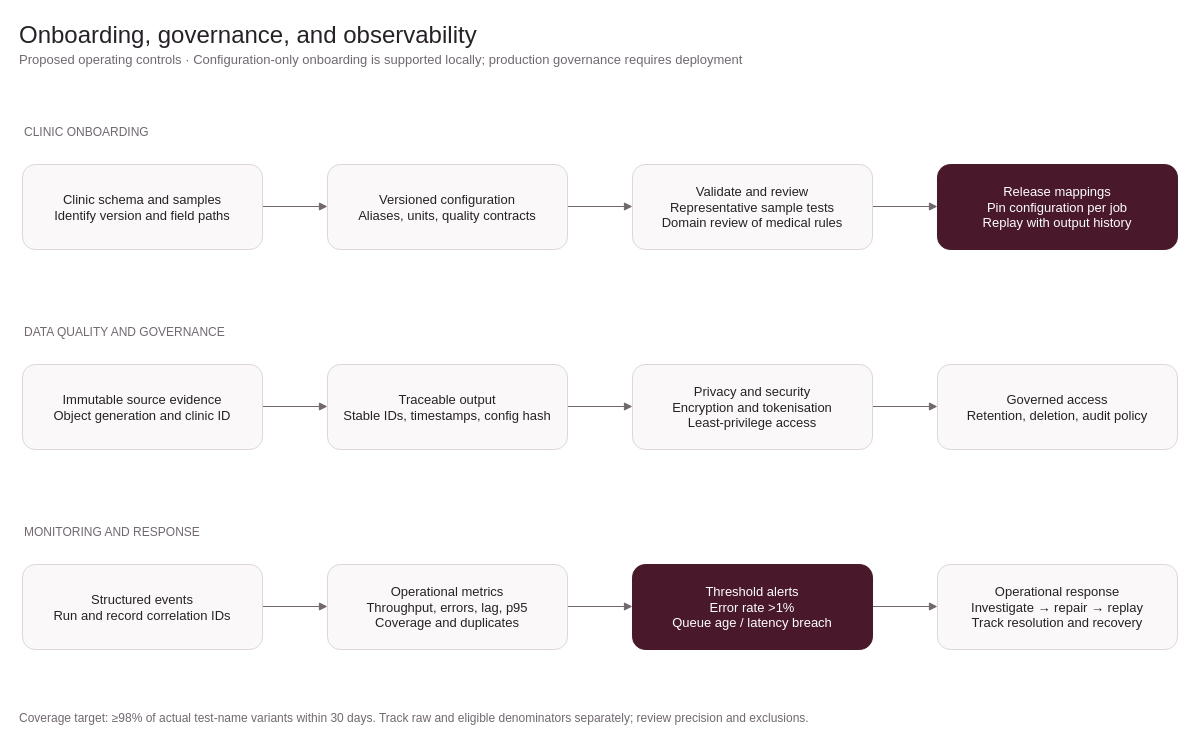
This is page "Onboarding, governance, and observability" (3 of 3) of docs/diagrams/veritas-architecture.drawio from not-nag/veritas-data-engg, a draw.io file, before an edit. Source tidied: cells renumbered, new cells numbered last; positions are measured from the earlier drawing's top-left corner, leaving out a move shared by most shapes. Both pictures are drawn from the tidied source at 100%, with x=0, y=0 at pixel (17, 17).
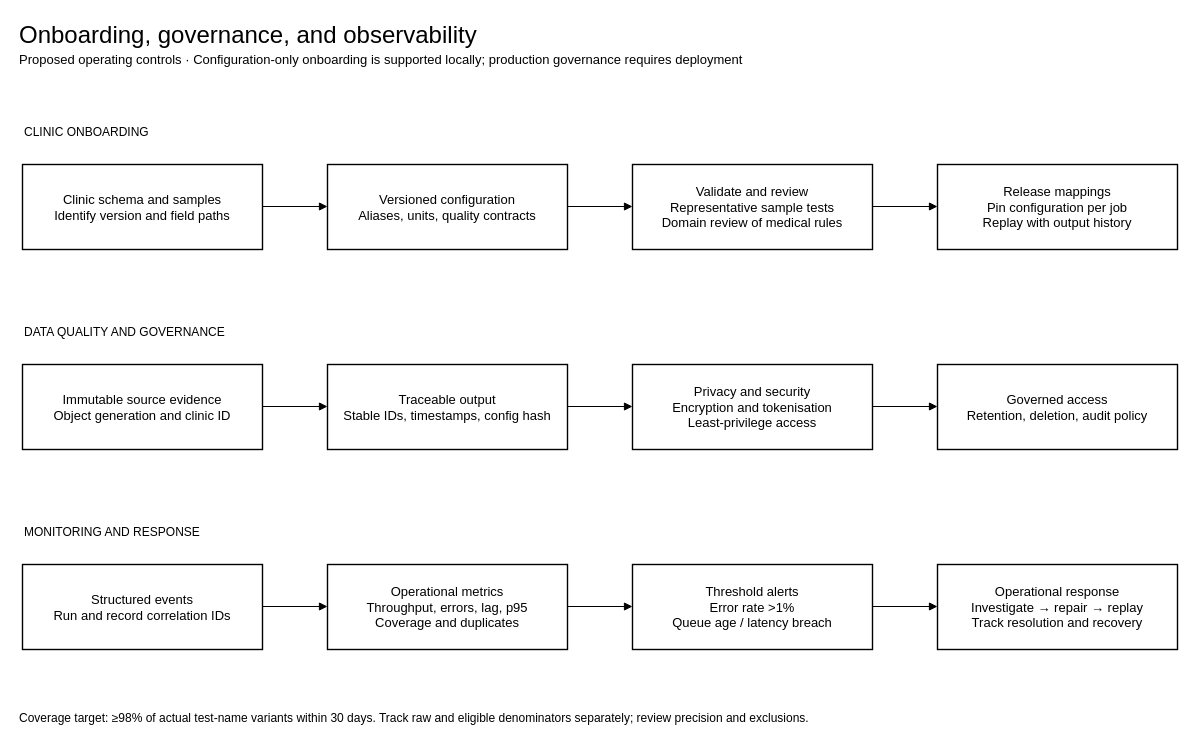
After the change.

What changed in the source:
```diff
@@
-<mxGraphModel>
+<mxGraphModel background="#ffffff">
@@
-    <mxCell id="2" value="Onboarding, governance, and observability" style="text;html=0;align=left;verticalAlign=middle;fontFamily=Helvetica;fontSize=24;fontColor=#262126;" parent="1" vertex="1">
+    <mxCell id="2" value="Onboarding, governance, and observability" style="text;html=0;align=left;verticalAlign=middle;fontFamily=Helvetica;fontSize=24;fontColor=#000000;" parent="1" vertex="1">
       <mxGeometry width="1170" height="30" as="geometry" />
     </mxCell>
-    <mxCell id="3" value="Proposed operating controls · Configuration-only onboarding is supported locally; production governance requires deployment" style="text;html=0;align=left;verticalAlign=middle;fontFamily=Helvetica;fontSize=13;fontColor=#716870;" parent="1" vertex="1">
+    <mxCell id="3" value="Proposed operating controls · Configuration-only onboarding is supported locally; production governance requires deployment" style="text;html=0;align=left;verticalAlign=middle;fontFamily=Helvetica;fontSize=13;fontColor=#000000;" parent="1" vertex="1">
       <mxGeometry y="27" width="1170" height="28" as="geometry" />
     </mxCell>
-    <mxCell id="4" value="CLINIC ONBOARDING" style="text;html=0;align=left;verticalAlign=middle;fontFamily=Helvetica;fontSize=12;fontColor=#716870;" parent="1" vertex="1">
+    <mxCell id="4" value="CLINIC ONBOARDING" style="text;html=0;align=left;verticalAlign=middle;fontFamily=Helvetica;fontSize=12;fontColor=#000000;" parent="1" vertex="1">
       <mxGeometry x="5" y="100" width="700" height="28" as="geometry" />
     </mxCell>
-    <mxCell id="5" value="DATA QUALITY AND GOVERNANCE" style="text;html=0;align=left;verticalAlign=middle;fontFamily=Helvetica;fontSize=12;fontColor=#716870;" parent="1" vertex="1">
+    <mxCell id="5" value="DATA QUALITY AND GOVERNANCE" style="text;html=0;align=left;verticalAlign=middle;fontFamily=Helvetica;fontSize=12;fontColor=#000000;" parent="1" vertex="1">
       <mxGeometry x="5" y="300" width="700" height="28" as="geometry" />
     </mxCell>
-    <mxCell id="6" value="MONITORING AND RESPONSE" style="text;html=0;align=left;verticalAlign=middle;fontFamily=Helvetica;fontSize=12;fontColor=#716870;" parent="1" vertex="1">
+    <mxCell id="6" value="MONITORING AND RESPONSE" style="text;html=0;align=left;verticalAlign=middle;fontFamily=Helvetica;fontSize=12;fontColor=#000000;" parent="1" vertex="1">
       <mxGeometry x="5" y="500" width="700" height="28" as="geometry" />
     </mxCell>
-    <mxCell id="7" style="edgeStyle=orthogonalEdgeStyle;rounded=0;endArrow=block;strokeColor=#716870;exitX=1.0;exitY=0.49411764705882355;entryX=0.0;entryY=0.49411764705882355;" parent="1" edge="1" source="16" target="17">
+    <mxCell id="7" style="edgeStyle=orthogonalEdgeStyle;rounded=0;endArrow=block;strokeColor=#000000;exitX=1.0;exitY=0.49411764705882355;entryX=0.0;entryY=0.49411764705882355;" parent="1" edge="1" source="16" target="17">
       <mxGeometry relative="1" as="geometry" />
     </mxCell>
-    <mxCell id="8" style="edgeStyle=orthogonalEdgeStyle;rounded=0;endArrow=block;strokeColor=#716870;exitX=1.0;exitY=0.49411764705882355;entryX=0.0;entryY=0.49411764705882355;" parent="1" edge="1" source="17" target="18">
+    <mxCell id="8" style="edgeStyle=orthogonalEdgeStyle;rounded=0;endArrow=block;strokeColor=#000000;exitX=1.0;exitY=0.49411764705882355;entryX=0.0;entryY=0.49411764705882355;" parent="1" edge="1" source="17" target="18">
       <mxGeometry relative="1" as="geometry" />
     </mxCell>
-    <mxCell id="9" style="edgeStyle=orthogonalEdgeStyle;rounded=0;endArrow=block;strokeColor=#716870;exitX=1.0;exitY=0.49411764705882355;entryX=0.0;entryY=0.49411764705882355;" parent="1" edge="1" source="18" target="19">
+    <mxCell id="9" style="edgeStyle=orthogonalEdgeStyle;rounded=0;endArrow=block;strokeColor=#000000;exitX=1.0;exitY=0.49411764705882355;entryX=0.0;entryY=0.49411764705882355;" parent="1" edge="1" source="18" target="19">
       <mxGeometry relative="1" as="geometry" />
     </mxCell>
-    <mxCell id="10" style="edgeStyle=orthogonalEdgeStyle;rounded=0;endArrow=block;strokeColor=#716870;exitX=1.0;exitY=0.49411764705882355;entryX=0.0;entryY=0.49411764705882355;" parent="1" edge="1" source="20" target="21">
+    <mxCell id="10" style="edgeStyle=orthogonalEdgeStyle;rounded=0;endArrow=block;strokeColor=#000000;exitX=1.0;exitY=0.49411764705882355;entryX=0.0;entryY=0.49411764705882355;" parent="1" edge="1" source="20" target="21">
       <mxGeometry relative="1" as="geometry" />
     </mxCell>
-    <mxCell id="11" style="edgeStyle=orthogonalEdgeStyle;rounded=0;endArrow=block;strokeColor=#716870;exitX=1.0;exitY=0.49411764705882355;entryX=0.0;entryY=0.49411764705882355;" parent="1" edge="1" source="21" target="22">
+    <mxCell id="11" style="edgeStyle=orthogonalEdgeStyle;rounded=0;endArrow=block;strokeColor=#000000;exitX=1.0;exitY=0.49411764705882355;entryX=0.0;entryY=0.49411764705882355;" parent="1" edge="1" source="21" target="22">
       <mxGeometry relative="1" as="geometry" />
     </mxCell>
-    <mxCell id="12" style="edgeStyle=orthogonalEdgeStyle;rounded=0;endArrow=block;strokeColor=#716870;exitX=1.0;exitY=0.49411764705882355;entryX=0.0;entryY=0.49411764705882355;" parent="1" edge="1" source="22" target="23">
+    <mxCell id="12" style="edgeStyle=orthogonalEdgeStyle;rounded=0;endArrow=block;strokeColor=#000000;exitX=1.0;exitY=0.49411764705882355;entryX=0.0;entryY=0.49411764705882355;" parent="1" edge="1" source="22" target="23">
       <mxGeometry relative="1" as="geometry" />
     </mxCell>
-    <mxCell id="13" style="edgeStyle=orthogonalEdgeStyle;rounded=0;endArrow=block;strokeColor=#716870;exitX=1.0;exitY=0.49411764705882355;entryX=0.0;entryY=0.49411764705882355;" parent="1" edge="1" source="24" target="25">
+    <mxCell id="13" style="edgeStyle=orthogonalEdgeStyle;rounded=0;endArrow=block;strokeColor=#000000;exitX=1.0;exitY=0.49411764705882355;entryX=0.0;entryY=0.49411764705882355;" parent="1" edge="1" source="24" target="25">
       <mxGeometry relative="1" as="geometry" />
     </mxCell>
-    <mxCell id="14" style="edgeStyle=orthogonalEdgeStyle;rounded=0;endArrow=block;strokeColor=#716870;exitX=1.0;exitY=0.49411764705882355;entryX=0.0;entryY=0.49411764705882355;" parent="1" edge="1" source="25" target="26">
+    <mxCell id="14" style="edgeStyle=orthogonalEdgeStyle;rounded=0;endArrow=block;strokeColor=#000000;exitX=1.0;exitY=0.49411764705882355;entryX=0.0;entryY=0.49411764705882355;" parent="1" edge="1" source="25" target="26">
       <mxGeometry relative="1" as="geometry" />
     </mxCell>
-    <mxCell id="15" style="edgeStyle=orthogonalEdgeStyle;rounded=0;endArrow=block;strokeColor=#716870;exitX=1.0;exitY=0.49411764705882355;entryX=0.0;entryY=0.49411764705882355;" parent="1" edge="1" source="26" target="27">
+    <mxCell id="15" style="edgeStyle=orthogonalEdgeStyle;rounded=0;endArrow=block;strokeColor=#000000;exitX=1.0;exitY=0.49411764705882355;entryX=0.0;entryY=0.49411764705882355;" parent="1" edge="1" source="26" target="27">
       <mxGeometry relative="1" as="geometry" />
     </mxCell>
-    <mxCell id="16" value="Clinic schema and samples&#10;Identify version and field paths" style="rounded=1;whiteSpace=wrap;html=0;fillColor=#faf8f9;strokeColor=#ddd6db;fontColor=#262126;fontSize=13;fontFamily=Helvetica;spacing=8;" parent="1" vertex="1">
+    <mxCell id="16" value="Clinic schema and samples&#10;Identify version and field paths" style="rounded=0;whiteSpace=wrap;html=0;fillColor=#ffffff;strokeColor=#000000;strokeWidth=1.4;fontColor=#000000;fontSize=13;fontFamily=Helvetica;spacing=8;" parent="1" vertex="1">
       <mxGeometry x="5" y="147" width="240" height="85" as="geometry" />
     </mxCell>
-    <mxCell id="17" value="Versioned configuration&#10;Aliases, units, quality contracts" style="rounded=1;whiteSpace=wrap;html=0;fillColor=#faf8f9;strokeColor=#ddd6db;fontColor=#262126;fontSize=13;fontFamily=Helvetica;spacing=8;" parent="1" vertex="1">
+    <mxCell id="17" value="Versioned configuration&#10;Aliases, units, quality contracts" style="rounded=0;whiteSpace=wrap;html=0;fillColor=#ffffff;strokeColor=#000000;strokeWidth=1.4;fontColor=#000000;fontSize=13;fontFamily=Helvetica;spacing=8;" parent="1" vertex="1">
       <mxGeometry x="310" y="147" width="240" height="85" as="geometry" />
     </mxCell>
-    <mxCell id="18" value="Validate and review&#10;Representative sample tests&#10;Domain review of medical rules" style="rounded=1;whiteSpace=wrap;html=0;fillColor=#faf8f9;strokeColor=#ddd6db;fontColor=#262126;fontSize=13;fontFamily=Helvetica;spacing=8;" parent="1" vertex="1">
+    <mxCell id="18" value="Validate and review&#10;Representative sample tests&#10;Domain review of medical rules" style="rounded=0;whiteSpace=wrap;html=0;fillColor=#ffffff;strokeColor=#000000;strokeWidth=1.4;fontColor=#000000;fontSize=13;fontFamily=Helvetica;spacing=8;" parent="1" vertex="1">
       <mxGeometry x="615" y="147" width="240" height="85" as="geometry" />
     </mxCell>
-    <mxCell id="19" value="Release mappings&#10;Pin configuration per job&#10;Replay with output history" style="rounded=1;whiteSpace=wrap;html=0;fillColor=#49182b;strokeColor=#49182b;fontColor=#ffffff;fontSize=13;fontFamily=Helvetica;spacing=8;" parent="1" vertex="1">
+    <mxCell id="19" value="Release mappings&#10;Pin configuration per job&#10;Replay with output history" style="rounded=0;whiteSpace=wrap;html=0;fillColor=#ffffff;strokeColor=#000000;strokeWidth=1.4;fontColor=#000000;fontSize=13;fontFamily=Helvetica;spacing=8;" parent="1" vertex="1">
       <mxGeometry x="920" y="147" width="240" height="85" as="geometry" />
     </mxCell>
-    <mxCell id="20" value="Immutable source evidence&#10;Object generation and clinic ID" style="rounded=1;whiteSpace=wrap;html=0;fillColor=#faf8f9;strokeColor=#ddd6db;fontColor=#262126;fontSize=13;fontFamily=Helvetica;spacing=8;" parent="1" vertex="1">
+    <mxCell id="20" value="Immutable source evidence&#10;Object generation and clinic ID" style="rounded=0;whiteSpace=wrap;html=0;fillColor=#ffffff;strokeColor=#000000;strokeWidth=1.4;fontColor=#000000;fontSize=13;fontFamily=Helvetica;spacing=8;" parent="1" vertex="1">
       <mxGeometry x="5" y="347" width="240" height="85" as="geometry" />
     </mxCell>
-    <mxCell id="21" value="Traceable output&#10;Stable IDs, timestamps, config hash" style="rounded=1;whiteSpace=wrap;html=0;fillColor=#faf8f9;strokeColor=#ddd6db;fontColor=#262126;fontSize=13;fontFamily=Helvetica;spacing=8;" parent="1" vertex="1">
+    <mxCell id="21" value="Traceable output&#10;Stable IDs, timestamps, config hash" style="rounded=0;whiteSpace=wrap;html=0;fillColor=#ffffff;strokeColor=#000000;strokeWidth=1.4;fontColor=#000000;fontSize=13;fontFamily=Helvetica;spacing=8;" parent="1" vertex="1">
       <mxGeometry x="310" y="347" width="240" height="85" as="geometry" />
     </mxCell>
-    <mxCell id="22" value="Privacy and security&#10;Encryption and tokenisation&#10;Least-privilege access" style="rounded=1;whiteSpace=wrap;html=0;fillColor=#faf8f9;strokeColor=#ddd6db;fontColor=#262126;fontSize=13;fontFamily=Helvetica;spacing=8;" parent="1" vertex="1">
+    <mxCell id="22" value="Privacy and security&#10;Encryption and tokenisation&#10;Least-privilege access" style="rounded=0;whiteSpace=wrap;html=0;fillColor=#ffffff;strokeColor=#000000;strokeWidth=1.4;fontColor=#000000;fontSize=13;fontFamily=Helvetica;spacing=8;" parent="1" vertex="1">
       <mxGeometry x="615" y="347" width="240" height="85" as="geometry" />
     </mxCell>
-    <mxCell id="23" value="Governed access&#10;Retention, deletion, audit policy" style="rounded=1;whiteSpace=wrap;html=0;fillColor=#faf8f9;strokeColor=#ddd6db;fontColor=#262126;fontSize=13;fontFamily=Helvetica;spacing=8;" parent="1" vertex="1">
+    <mxCell id="23" value="Governed access&#10;Retention, deletion, audit policy" style="rounded=0;whiteSpace=wrap;html=0;fillColor=#ffffff;strokeColor=#000000;strokeWidth=1.4;fontColor=#000000;fontSize=13;fontFamily=Helvetica;spacing=8;" parent="1" vertex="1">
       <mxGeometry x="920" y="347" width="240" height="85" as="geometry" />
     </mxCell>
-    <mxCell id="24" value="Structured events&#10;Run and record correlation IDs" style="rounded=1;whiteSpace=wrap;html=0;fillColor=#faf8f9;strokeColor=#ddd6db;fontColor=#262126;fontSize=13;fontFamily=Helvetica;spacing=8;" parent="1" vertex="1">
+    <mxCell id="24" value="Structured events&#10;Run and record correlation IDs" style="rounded=0;whiteSpace=wrap;html=0;fillColor=#ffffff;strokeColor=#000000;strokeWidth=1.4;fontColor=#000000;fontSize=13;fontFamily=Helvetica;spacing=8;" parent="1" vertex="1">
       <mxGeometry x="5" y="547" width="240" height="85" as="geometry" />
     </mxCell>
-    <mxCell id="25" value="Operational metrics&#10;Throughput, errors, lag, p95&#10;Coverage and duplicates" style="rounded=1;whiteSpace=wrap;html=0;fillColor=#faf8f9;strokeColor=#ddd6db;fontColor=#262126;fontSize=13;fontFamily=Helvetica;spacing=8;" parent="1" vertex="1">
+    <mxCell id="25" value="Operational metrics&#10;Throughput, errors, lag, p95&#10;Coverage and duplicates" style="rounded=0;whiteSpace=wrap;html=0;fillColor=#ffffff;strokeColor=#000000;strokeWidth=1.4;fontColor=#000000;fontSize=13;fontFamily=Helvetica;spacing=8;" parent="1" vertex="1">
       <mxGeometry x="310" y="547" width="240" height="85" as="geometry" />
     </mxCell>
-    <mxCell id="26" value="Threshold alerts&#10;Error rate &gt;1%&#10;Queue age / latency breach" style="rounded=1;whiteSpace=wrap;html=0;fillColor=#49182b;strokeColor=#49182b;fontColor=#ffffff;fontSize=13;fontFamily=Helvetica;spacing=8;" parent="1" vertex="1">
+    <mxCell id="26" value="Threshold alerts&#10;Error rate &gt;1%&#10;Queue age / latency breach" style="rounded=0;whiteSpace=wrap;html=0;fillColor=#ffffff;strokeColor=#000000;strokeWidth=1.4;fontColor=#000000;fontSize=13;fontFamily=Helvetica;spacing=8;" parent="1" vertex="1">
       <mxGeometry x="615" y="547" width="240" height="85" as="geometry" />
     </mxCell>
-    <mxCell id="27" value="Operational response&#10;Investigate → repair → replay&#10;Track resolution and recovery" style="rounded=1;whiteSpace=wrap;html=0;fillColor=#faf8f9;strokeColor=#ddd6db;fontColor=#262126;fontSize=13;fontFamily=Helvetica;spacing=8;" parent="1" vertex="1">
+    <mxCell id="27" value="Operational response&#10;Investigate → repair → replay&#10;Track resolution and recovery" style="rounded=0;whiteSpace=wrap;html=0;fillColor=#ffffff;strokeColor=#000000;strokeWidth=1.4;fontColor=#000000;fontSize=13;fontFamily=Helvetica;spacing=8;" parent="1" vertex="1">
       <mxGeometry x="920" y="547" width="240" height="85" as="geometry" />
     </mxCell>
-    <mxCell id="28" value="Coverage target: ≥98% of actual test-name variants within 30 days. Track raw and eligible denominators separately; review precision and exclusions." style="text;html=0;align=left;verticalAlign=middle;fontFamily=Helvetica;fontSize=12;fontColor=#716870;" parent="1" vertex="1">
+    <mxCell id="28" value="Coverage target: ≥98% of actual test-name variants within 30 days. Track raw and eligible denominators separately; review precision and exclusions." style="text;html=0;align=left;verticalAlign=middle;fontFamily=Helvetica;fontSize=12;fontColor=#000000;" parent="1" vertex="1">
       <mxGeometry y="680" width="1170" height="40" as="geometry" />
     </mxCell>
```
